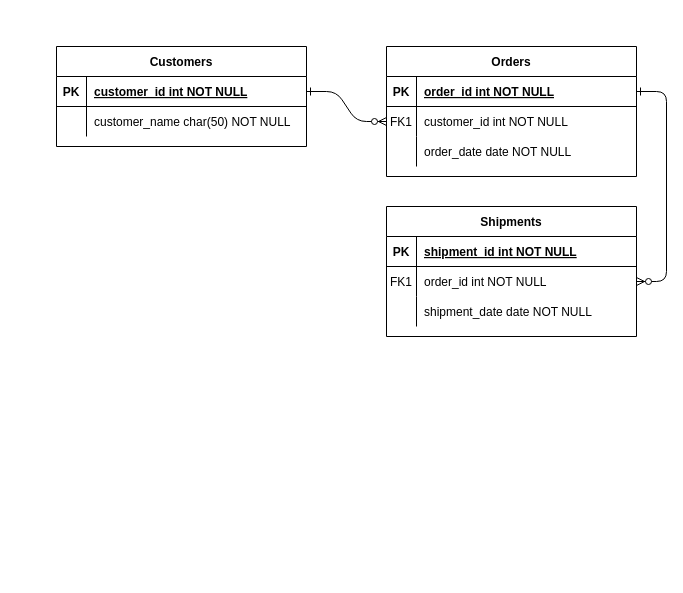
BrianGwon77/board keeps this draw.io diagram as 설문조사.drawio. Above is the earlier version. Source tidied: cells renumbered, new cells numbered last; positions are measured from the earlier drawing's top-left corner, leaving out a move shared by most shapes. Both pictures are drawn from the tidied source at 100%, with x=0, y=0 at pixel (56, 46).
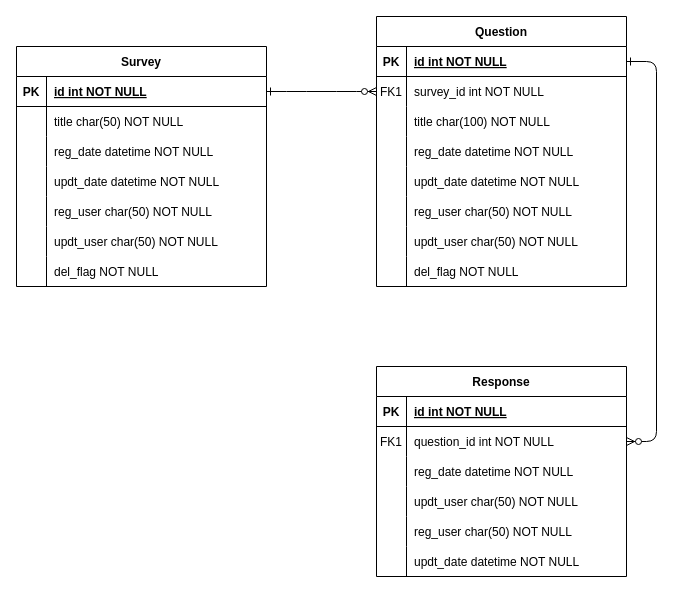
Above is the later version.

Commit message:
설문조사.drawio 업데이트

The change refers to these unchanged cells:
```xml
<mxCell id="5" style="shape=partialRectangle;fillColor=none;points=[[0,0.5],[1,0.5]];portConstraint=eastwest;top=0;left=0;right=0;bottom=1;" parent="4" vertex="1">
  <mxGeometry y="30" width="250" height="30" as="geometry" />
</mxCell>
<mxCell id="8" style="shape=partialRectangle;fillColor=none;points=[[0,0.5],[1,0.5]];portConstraint=eastwest;top=0;left=0;right=0;bottom=0;" parent="4" vertex="1">
  <mxGeometry y="60" width="250" height="30" as="geometry" />
</mxCell>
<mxCell id="11" style="shape=partialRectangle;fillColor=none;top=0;left=0;right=0;bottom=0;" parent="4" vertex="1">
  <mxGeometry y="90" width="250" height="30" as="geometry" />
</mxCell>
<mxCell id="15" style="shape=partialRectangle;fillColor=none;top=0;left=0;right=0;bottom=1;" parent="14" vertex="1">
  <mxGeometry y="30" width="250" height="30" as="geometry" />
</mxCell>
<mxCell id="18" style="shape=partialRectangle;fillColor=none;points=[[0,0.5],[1,0.5]];portConstraint=eastwest;top=0;left=0;right=0;bottom=0;" parent="14" vertex="1">
  <mxGeometry y="60" width="250" height="30" as="geometry" />
</mxCell>
<mxCell id="25" style="shape=partialRectangle;fillColor=none;points=[[0,0.5],[1,0.5]];portConstraint=eastwest;top=0;left=0;right=0;bottom=1;" parent="24" vertex="1">
  <mxGeometry y="30" width="250" height="30" as="geometry" />
</mxCell>
<mxCell id="28" style="shape=partialRectangle;fillColor=none;top=0;left=0;right=0;bottom=0;" parent="24" vertex="1">
  <mxGeometry y="60" width="250" height="30" as="geometry" />
</mxCell>
```

Change to the diagram source:
```diff
@@
-    <mxCell id="4" value="Orders" style="shape=table;startSize=30;childLayout=tableLayout;rowLines=0;fontStyle=1;align=center;" parent="1" vertex="1">
-      <mxGeometry x="330" width="250" height="130" as="geometry" />
+    <mxCell id="4" value="Question" style="shape=table;startSize=30;childLayout=tableLayout;rowLines=0;fontStyle=1;align=center;" parent="1" vertex="1">
+      <mxGeometry x="320" y="-30" width="250" height="270" as="geometry" />
     </mxCell>
@@
-    <mxCell id="7" value="order_id int NOT NULL " style="shape=partialRectangle;overflow=hidden;fillColor=none;top=0;left=0;bottom=0;right=0;align=left;spacingLeft=6;fontStyle=5;" parent="5" vertex="1">
+    <mxCell id="7" value="id int NOT NULL" style="shape=partialRectangle;overflow=hidden;fillColor=none;top=0;left=0;bottom=0;right=0;align=left;spacingLeft=6;fontStyle=5;" parent="5" vertex="1">
       <mxGeometry x="30" width="220" height="30" as="geometry" />
     </mxCell>
@@
-    <mxCell id="10" value="customer_id int NOT NULL" style="shape=partialRectangle;overflow=hidden;fillColor=none;top=0;left=0;bottom=0;right=0;align=left;spacingLeft=6;" parent="8" vertex="1">
+    <mxCell id="10" value="survey_id int NOT NULL" style="shape=partialRectangle;overflow=hidden;fillColor=none;top=0;left=0;bottom=0;right=0;align=left;spacingLeft=6;" parent="8" vertex="1">
       <mxGeometry x="30" width="220" height="30" as="geometry" />
     </mxCell>
@@
-    <mxCell id="13" value="order_date date NOT NULL" style="shape=partialRectangle;overflow=hidden;fillColor=none;top=0;left=0;bottom=0;right=0;align=left;spacingLeft=6;" parent="11" vertex="1">
+    <mxCell id="13" style="shape=partialRectangle;overflow=hidden;fillColor=none;top=0;left=0;bottom=0;right=0;align=left;spacingLeft=6;" parent="11" vertex="1">
       <mxGeometry x="30" width="220" height="30" as="geometry" />
     </mxCell>
+    <mxCell id="31" style="shape=partialRectangle;fillColor=none;top=0;left=0;right=0;bottom=0;" parent="4" vertex="1">
+      <mxGeometry y="120" width="250" height="30" as="geometry" />
+    </mxCell>
+    <mxCell id="32" style="shape=partialRectangle;overflow=hidden;fillColor=none;top=0;left=0;bottom=0;right=0;" parent="31" vertex="1">
+      <mxGeometry width="30" height="30" as="geometry" />
+    </mxCell>
+    <mxCell id="33" value="reg_date datetime NOT NULL" style="shape=partialRectangle;overflow=hidden;fillColor=none;top=0;left=0;bottom=0;right=0;align=left;spacingLeft=6;" parent="31" vertex="1">
+      <mxGeometry x="30" width="220" height="30" as="geometry" />
+    </mxCell>
+    <mxCell id="34" style="shape=partialRectangle;fillColor=none;top=0;left=0;right=0;bottom=0;" parent="4" vertex="1">
+      <mxGeometry y="150" width="250" height="30" as="geometry" />
+    </mxCell>
+    <mxCell id="35" style="shape=partialRectangle;overflow=hidden;fillColor=none;top=0;left=0;bottom=0;right=0;" parent="34" vertex="1">
+      <mxGeometry width="30" height="30" as="geometry" />
+    </mxCell>
+    <mxCell id="36" value="updt_date datetime NOT NULL" style="shape=partialRectangle;overflow=hidden;fillColor=none;top=0;left=0;bottom=0;right=0;align=left;spacingLeft=6;" parent="34" vertex="1">
+      <mxGeometry x="30" width="220" height="30" as="geometry" />
+    </mxCell>
+    <mxCell id="37" style="shape=partialRectangle;fillColor=none;top=0;left=0;right=0;bottom=0;" parent="4" vertex="1">
+      <mxGeometry y="180" width="250" height="30" as="geometry" />
+    </mxCell>
+    <mxCell id="38" style="shape=partialRectangle;overflow=hidden;fillColor=none;top=0;left=0;bottom=0;right=0;" parent="37" vertex="1">
+      <mxGeometry width="30" height="30" as="geometry" />
+    </mxCell>
+    <mxCell id="39" value="reg_user char(50) NOT NULL" style="shape=partialRectangle;overflow=hidden;fillColor=none;top=0;left=0;bottom=0;right=0;align=left;spacingLeft=6;" parent="37" vertex="1">
+      <mxGeometry x="30" width="220" height="30" as="geometry" />
+    </mxCell>
+    <mxCell id="40" style="shape=partialRectangle;fillColor=none;top=0;left=0;right=0;bottom=0;" parent="4" vertex="1">
+      <mxGeometry y="210" width="250" height="30" as="geometry" />
+    </mxCell>
+    <mxCell id="41" style="shape=partialRectangle;overflow=hidden;fillColor=none;top=0;left=0;bottom=0;right=0;" parent="40" vertex="1">
+      <mxGeometry width="30" height="30" as="geometry" />
+    </mxCell>
+    <mxCell id="42" value="updt_user char(50) NOT NULL" style="shape=partialRectangle;overflow=hidden;fillColor=none;top=0;left=0;bottom=0;right=0;align=left;spacingLeft=6;" parent="40" vertex="1">
+      <mxGeometry x="30" width="220" height="30" as="geometry" />
+    </mxCell>
+    <mxCell id="43" style="shape=partialRectangle;fillColor=none;top=0;left=0;right=0;bottom=0;" parent="4" vertex="1">
+      <mxGeometry y="240" width="250" height="30" as="geometry" />
+    </mxCell>
+    <mxCell id="44" style="shape=partialRectangle;overflow=hidden;fillColor=none;top=0;left=0;bottom=0;right=0;" parent="43" vertex="1">
+      <mxGeometry width="30" height="30" as="geometry" />
+    </mxCell>
+    <mxCell id="45" value="del_flag NOT NULL" style="shape=partialRectangle;overflow=hidden;fillColor=none;top=0;left=0;bottom=0;right=0;align=left;spacingLeft=6;" parent="43" vertex="1">
+      <mxGeometry x="30" width="220" height="30" as="geometry" />
+    </mxCell>
-    <mxCell id="14" value="Shipments" style="shape=table;startSize=30;childLayout=tableLayout;rowLines=0;fontStyle=1;align=center;" parent="1" vertex="1">
-      <mxGeometry x="330" y="160" width="250" height="130" as="geometry" />
+    <mxCell id="14" value="Response" style="shape=table;startSize=30;childLayout=tableLayout;rowLines=0;fontStyle=1;align=center;" parent="1" vertex="1">
+      <mxGeometry x="320" y="320" width="250" height="210" as="geometry" />
     </mxCell>
@@
-    <mxCell id="17" value="shipment_id int NOT NULL " style="shape=partialRectangle;overflow=hidden;fillColor=none;top=0;left=0;bottom=0;right=0;align=left;spacingLeft=6;fontStyle=5;" parent="15" vertex="1">
+    <mxCell id="17" value="id int NOT NULL " style="shape=partialRectangle;overflow=hidden;fillColor=none;top=0;left=0;bottom=0;right=0;align=left;spacingLeft=6;fontStyle=5;" parent="15" vertex="1">
       <mxGeometry x="30" width="220" height="30" as="geometry" />
     </mxCell>
@@
-    <mxCell id="20" value="order_id int NOT NULL" style="shape=partialRectangle;overflow=hidden;fillColor=none;top=0;left=0;bottom=0;right=0;align=left;spacingLeft=6;" parent="18" vertex="1">
+    <mxCell id="20" value="question_id int NOT NULL" style="shape=partialRectangle;overflow=hidden;fillColor=none;top=0;left=0;bottom=0;right=0;align=left;spacingLeft=6;" parent="18" vertex="1">
       <mxGeometry x="30" width="220" height="30" as="geometry" />
     </mxCell>
-    <mxCell id="21" style="shape=partialRectangle;fillColor=none;top=0;left=0;right=0;bottom=0;" parent="14" vertex="1">
-      <mxGeometry y="90" width="250" height="30" as="geometry" />
-    </mxCell>
-    <mxCell id="22" style="shape=partialRectangle;overflow=hidden;fillColor=none;top=0;left=0;bottom=0;right=0;" parent="21" vertex="1">
-      <mxGeometry width="30" height="30" as="geometry" />
-    </mxCell>
-    <mxCell id="23" value="shipment_date date NOT NULL" style="shape=partialRectangle;overflow=hidden;fillColor=none;top=0;left=0;bottom=0;right=0;align=left;spacingLeft=6;" parent="21" vertex="1">
-      <mxGeometry x="30" width="220" height="30" as="geometry" />
-    </mxCell>
+    <mxCell id="46" style="shape=partialRectangle;fillColor=none;top=0;left=0;right=0;bottom=0;" parent="14" vertex="1">
+      <mxGeometry y="90" width="250" height="30" as="geometry" />
+    </mxCell>
+    <mxCell id="47" style="shape=partialRectangle;overflow=hidden;fillColor=none;top=0;left=0;bottom=0;right=0;" parent="46" vertex="1">
+      <mxGeometry width="30" height="30" as="geometry" />
+    </mxCell>
+    <mxCell id="48" value="reg_date datetime NOT NULL" style="shape=partialRectangle;overflow=hidden;fillColor=none;top=0;left=0;bottom=0;right=0;align=left;spacingLeft=6;" parent="46" vertex="1">
+      <mxGeometry x="30" width="220" height="30" as="geometry" />
+    </mxCell>
+    <mxCell id="49" style="shape=partialRectangle;fillColor=none;top=0;left=0;right=0;bottom=0;" parent="14" vertex="1">
+      <mxGeometry y="120" width="250" height="30" as="geometry" />
+    </mxCell>
+    <mxCell id="50" style="shape=partialRectangle;overflow=hidden;fillColor=none;top=0;left=0;bottom=0;right=0;" parent="49" vertex="1">
+      <mxGeometry width="30" height="30" as="geometry" />
+    </mxCell>
+    <mxCell id="51" value="updt_user char(50) NOT NULL" style="shape=partialRectangle;overflow=hidden;fillColor=none;top=0;left=0;bottom=0;right=0;align=left;spacingLeft=6;" parent="49" vertex="1">
+      <mxGeometry x="30" width="220" height="30" as="geometry" />
+    </mxCell>
+    <mxCell id="52" style="shape=partialRectangle;fillColor=none;top=0;left=0;right=0;bottom=0;" parent="14" vertex="1">
+      <mxGeometry y="150" width="250" height="30" as="geometry" />
+    </mxCell>
+    <mxCell id="53" style="shape=partialRectangle;overflow=hidden;fillColor=none;top=0;left=0;bottom=0;right=0;" parent="52" vertex="1">
+      <mxGeometry width="30" height="30" as="geometry" />
+    </mxCell>
+    <mxCell id="54" value="reg_user char(50) NOT NULL" style="shape=partialRectangle;overflow=hidden;fillColor=none;top=0;left=0;bottom=0;right=0;align=left;spacingLeft=6;" parent="52" vertex="1">
+      <mxGeometry x="30" width="220" height="30" as="geometry" />
+    </mxCell>
+    <mxCell id="55" style="shape=partialRectangle;fillColor=none;top=0;left=0;right=0;bottom=0;" parent="14" vertex="1">
+      <mxGeometry y="180" width="250" height="30" as="geometry" />
+    </mxCell>
+    <mxCell id="56" style="shape=partialRectangle;overflow=hidden;fillColor=none;top=0;left=0;bottom=0;right=0;" parent="55" vertex="1">
+      <mxGeometry width="30" height="30" as="geometry" />
+    </mxCell>
+    <mxCell id="57" value="updt_date datetime NOT NULL" style="shape=partialRectangle;overflow=hidden;fillColor=none;top=0;left=0;bottom=0;right=0;align=left;spacingLeft=6;" parent="55" vertex="1">
+      <mxGeometry x="30" width="220" height="30" as="geometry" />
+    </mxCell>
-    <mxCell id="24" value="Customers" style="shape=table;startSize=30;childLayout=tableLayout;rowLines=0;fontStyle=1;align=center;" parent="1" vertex="1">
-      <mxGeometry width="250" height="100" as="geometry" />
+    <mxCell id="24" value="Survey" style="shape=table;startSize=30;childLayout=tableLayout;rowLines=0;fontStyle=1;align=center;" parent="1" vertex="1">
+      <mxGeometry x="-40" width="250" height="240" as="geometry" />
     </mxCell>
@@
-    <mxCell id="27" value="customer_id int NOT NULL " style="shape=partialRectangle;overflow=hidden;fillColor=none;top=0;left=0;bottom=0;right=0;align=left;spacingLeft=6;fontStyle=5;" parent="25" vertex="1">
+    <mxCell id="27" value="id int NOT NULL " style="shape=partialRectangle;overflow=hidden;fillColor=none;top=0;left=0;bottom=0;right=0;align=left;spacingLeft=6;fontStyle=5;" parent="25" vertex="1">
       <mxGeometry x="30" width="220" height="30" as="geometry" />
     </mxCell>
@@
-    <mxCell id="30" value="customer_name char(50) NOT NULL" style="shape=partialRectangle;overflow=hidden;fillColor=none;top=0;left=0;bottom=0;right=0;align=left;spacingLeft=6;" parent="28" vertex="1">
+    <mxCell id="30" value="title char(50) NOT NULL" style="shape=partialRectangle;overflow=hidden;fillColor=none;top=0;left=0;bottom=0;right=0;align=left;spacingLeft=6;" parent="28" vertex="1">
       <mxGeometry x="30" width="220" height="30" as="geometry" />
     </mxCell>
+    <mxCell id="58" style="shape=partialRectangle;fillColor=none;top=0;left=0;right=0;bottom=0;" parent="24" vertex="1">
+      <mxGeometry y="90" width="250" height="30" as="geometry" />
+    </mxCell>
+    <mxCell id="59" style="shape=partialRectangle;overflow=hidden;fillColor=none;top=0;left=0;bottom=0;right=0;" parent="58" vertex="1">
+      <mxGeometry width="30" height="30" as="geometry" />
+    </mxCell>
+    <mxCell id="60" value="reg_date datetime NOT NULL" style="shape=partialRectangle;overflow=hidden;fillColor=none;top=0;left=0;bottom=0;right=0;align=left;spacingLeft=6;" parent="58" vertex="1">
+      <mxGeometry x="30" width="220" height="30" as="geometry" />
+    </mxCell>
+    <mxCell id="61" style="shape=partialRectangle;fillColor=none;top=0;left=0;right=0;bottom=0;" parent="24" vertex="1">
+      <mxGeometry y="120" width="250" height="30" as="geometry" />
+    </mxCell>
+    <mxCell id="62" style="shape=partialRectangle;overflow=hidden;fillColor=none;top=0;left=0;bottom=0;right=0;" parent="61" vertex="1">
+      <mxGeometry width="30" height="30" as="geometry" />
+    </mxCell>
+    <mxCell id="63" value="updt_date datetime NOT NULL" style="shape=partialRectangle;overflow=hidden;fillColor=none;top=0;left=0;bottom=0;right=0;align=left;spacingLeft=6;" parent="61" vertex="1">
+      <mxGeometry x="30" width="220" height="30" as="geometry" />
+    </mxCell>
+    <mxCell id="64" style="shape=partialRectangle;fillColor=none;top=0;left=0;right=0;bottom=0;" parent="24" vertex="1">
+      <mxGeometry y="150" width="250" height="30" as="geometry" />
+    </mxCell>
+    <mxCell id="65" style="shape=partialRectangle;overflow=hidden;fillColor=none;top=0;left=0;bottom=0;right=0;" parent="64" vertex="1">
+      <mxGeometry width="30" height="30" as="geometry" />
+    </mxCell>
+    <mxCell id="66" value="reg_user char(50) NOT NULL" style="shape=partialRectangle;overflow=hidden;fillColor=none;top=0;left=0;bottom=0;right=0;align=left;spacingLeft=6;" parent="64" vertex="1">
+      <mxGeometry x="30" width="220" height="30" as="geometry" />
+    </mxCell>
+    <mxCell id="67" style="shape=partialRectangle;fillColor=none;top=0;left=0;right=0;bottom=0;" parent="24" vertex="1">
+      <mxGeometry y="180" width="250" height="30" as="geometry" />
+    </mxCell>
+    <mxCell id="68" style="shape=partialRectangle;overflow=hidden;fillColor=none;top=0;left=0;bottom=0;right=0;" parent="67" vertex="1">
+      <mxGeometry width="30" height="30" as="geometry" />
+    </mxCell>
+    <mxCell id="69" value="updt_user char(50) NOT NULL" style="shape=partialRectangle;overflow=hidden;fillColor=none;top=0;left=0;bottom=0;right=0;align=left;spacingLeft=6;" parent="67" vertex="1">
+      <mxGeometry x="30" width="220" height="30" as="geometry" />
+    </mxCell>
+    <mxCell id="70" style="shape=partialRectangle;fillColor=none;top=0;left=0;right=0;bottom=0;" parent="24" vertex="1">
+      <mxGeometry y="210" width="250" height="30" as="geometry" />
+    </mxCell>
+    <mxCell id="71" style="shape=partialRectangle;overflow=hidden;fillColor=none;top=0;left=0;bottom=0;right=0;" parent="70" vertex="1">
+      <mxGeometry width="30" height="30" as="geometry" />
+    </mxCell>
+    <mxCell id="72" value="del_flag NOT NULL" style="shape=partialRectangle;overflow=hidden;fillColor=none;top=0;left=0;bottom=0;right=0;align=left;spacingLeft=6;" parent="70" vertex="1">
+      <mxGeometry x="30" width="220" height="30" as="geometry" />
+    </mxCell>
+    <mxCell id="73" value="title char(100) NOT NULL" style="shape=partialRectangle;overflow=hidden;fillColor=none;top=0;left=0;bottom=0;right=0;align=left;spacingLeft=6;" parent="1" vertex="1">
+      <mxGeometry x="350" y="60" width="220" height="30" as="geometry" />
+    </mxCell>
```
